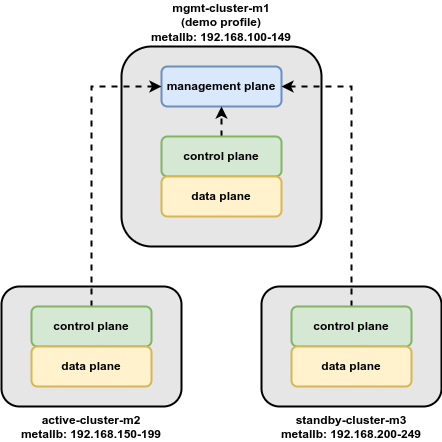
Before: imgs/POC-TSB-Clusters.drawio.png, a diagram exported from draw.io (tetratecx/tsb-single-vm). Source tidied: cells renumbered, new cells last; positions are measured from the earlier drawing's top-left corner, leaving out a move shared by most shapes. Source of this version:
```xml
<mxGraphModel>
  <root>
    <mxCell id="0" />
    <mxCell id="1" parent="0" />
    <mxCell id="2" value="mgmt-cluster-m1&lt;br&gt;(demo profile)&lt;br&gt;metallb: 192.168.100-149" style="rounded=1;whiteSpace=wrap;html=1;fillColor=#E6E6E6;labelPosition=center;verticalLabelPosition=top;align=center;verticalAlign=bottom;fontStyle=1;strokeWidth=2;" parent="1" vertex="1">
      <mxGeometry x="120" width="200" height="200" as="geometry" />
    </mxCell>
    <mxCell id="3" value="active-cluster-m2&lt;br&gt;metallb: 192.168.150-199" style="rounded=1;whiteSpace=wrap;html=1;fillColor=#E6E6E6;labelPosition=center;verticalLabelPosition=bottom;align=center;verticalAlign=top;fontStyle=1;strokeWidth=2;" parent="1" vertex="1">
      <mxGeometry y="240" width="180" height="120" as="geometry" />
    </mxCell>
    <mxCell id="4" value="management plane" style="rounded=1;whiteSpace=wrap;html=1;fillColor=#dae8fc;strokeColor=#6c8ebf;fontStyle=1;strokeWidth=2;" parent="1" vertex="1">
      <mxGeometry x="160" y="20" width="120" height="40" as="geometry" />
    </mxCell>
    <mxCell id="5" style="edgeStyle=orthogonalEdgeStyle;rounded=0;jettySize=auto;html=1;exitX=0.5;exitY=0;exitDx=0;exitDy=0;entryX=0.5;entryY=1;entryDx=0;entryDy=0;dashed=1;fontStyle=1;strokeWidth=2;" parent="1" edge="1" source="6" target="4">
      <mxGeometry relative="1" as="geometry" />
    </mxCell>
    <mxCell id="6" value="control plane" style="rounded=1;whiteSpace=wrap;html=1;fillColor=#d5e8d4;strokeColor=#82b366;fontStyle=1;strokeWidth=2;" parent="1" vertex="1">
      <mxGeometry x="160" y="90" width="120" height="40" as="geometry" />
    </mxCell>
    <mxCell id="7" value="data plane" style="rounded=1;whiteSpace=wrap;html=1;fillColor=#fff2cc;strokeColor=#d6b656;fontStyle=1;strokeWidth=2;" parent="1" vertex="1">
      <mxGeometry x="160" y="130" width="120" height="40" as="geometry" />
    </mxCell>
    <mxCell id="8" style="edgeStyle=orthogonalEdgeStyle;rounded=0;jettySize=auto;html=1;exitX=0.5;exitY=0;exitDx=0;exitDy=0;entryX=0;entryY=0.5;entryDx=0;entryDy=0;dashed=1;fontStyle=1;strokeWidth=2;" parent="1" edge="1" source="9" target="4">
      <mxGeometry relative="1" as="geometry" />
    </mxCell>
    <mxCell id="9" value="control plane" style="rounded=1;whiteSpace=wrap;html=1;fillColor=#d5e8d4;strokeColor=#82b366;fontStyle=1;strokeWidth=2;" parent="1" vertex="1">
      <mxGeometry x="30" y="260" width="120" height="40" as="geometry" />
    </mxCell>
    <mxCell id="10" value="data plane" style="rounded=1;whiteSpace=wrap;html=1;fillColor=#fff2cc;strokeColor=#d6b656;fontStyle=1;strokeWidth=2;" parent="1" vertex="1">
      <mxGeometry x="30" y="300" width="120" height="40" as="geometry" />
    </mxCell>
    <mxCell id="11" value="standby-cluster-m3&lt;br&gt;metallb: 192.168.200-249" style="rounded=1;whiteSpace=wrap;html=1;fillColor=#E6E6E6;labelPosition=center;verticalLabelPosition=bottom;align=center;verticalAlign=top;fontStyle=1;strokeWidth=2;" parent="1" vertex="1">
      <mxGeometry x="260" y="240" width="180" height="120" as="geometry" />
    </mxCell>
    <mxCell id="12" style="edgeStyle=orthogonalEdgeStyle;rounded=0;jettySize=auto;html=1;exitX=0.5;exitY=0;exitDx=0;exitDy=0;entryX=1;entryY=0.5;entryDx=0;entryDy=0;dashed=1;fontStyle=1;strokeWidth=2;" parent="1" edge="1" source="13" target="4">
      <mxGeometry relative="1" as="geometry" />
    </mxCell>
    <mxCell id="13" value="control plane" style="rounded=1;whiteSpace=wrap;html=1;fillColor=#d5e8d4;strokeColor=#82b366;fontStyle=1;strokeWidth=2;" parent="1" vertex="1">
      <mxGeometry x="290" y="260" width="120" height="40" as="geometry" />
    </mxCell>
    <mxCell id="14" value="data plane" style="rounded=1;whiteSpace=wrap;html=1;fillColor=#fff2cc;strokeColor=#d6b656;fontStyle=1;strokeWidth=2;" parent="1" vertex="1">
      <mxGeometry x="290" y="300" width="120" height="40" as="geometry" />
    </mxCell>
  </root>
</mxGraphModel>
```
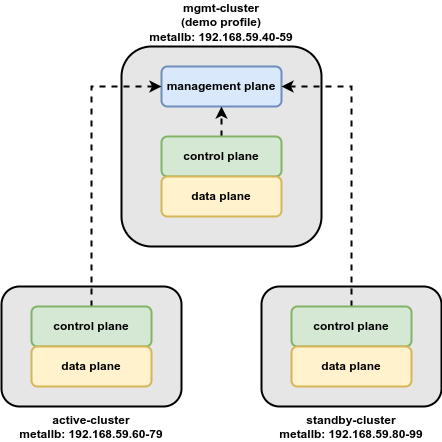
Above is the later version.

Diff of the diagram source:
```diff
@@ -2,10 +2,10 @@
   <root>
     <mxCell id="0" />
     <mxCell id="1" parent="0" />
-    <mxCell id="2" value="mgmt-cluster-m1&lt;br&gt;(demo profile)&lt;br&gt;metallb: 192.168.100-149" style="rounded=1;whiteSpace=wrap;html=1;fillColor=#E6E6E6;labelPosition=center;verticalLabelPosition=top;align=center;verticalAlign=bottom;fontStyle=1;strokeWidth=2;" parent="1" vertex="1">
+    <mxCell id="2" value="mgmt-cluster&lt;br&gt;(demo profile)&lt;br&gt;metallb: 192.168.59.40-59" style="rounded=1;whiteSpace=wrap;html=1;fillColor=#E6E6E6;labelPosition=center;verticalLabelPosition=top;align=center;verticalAlign=bottom;fontStyle=1;strokeWidth=2;" parent="1" vertex="1">
       <mxGeometry x="120" width="200" height="200" as="geometry" />
     </mxCell>
-    <mxCell id="3" value="active-cluster-m2&lt;br&gt;metallb: 192.168.150-199" style="rounded=1;whiteSpace=wrap;html=1;fillColor=#E6E6E6;labelPosition=center;verticalLabelPosition=bottom;align=center;verticalAlign=top;fontStyle=1;strokeWidth=2;" parent="1" vertex="1">
+    <mxCell id="3" value="active-cluster&lt;br&gt;metallb: 192.168.59.60-79" style="rounded=1;whiteSpace=wrap;html=1;fillColor=#E6E6E6;labelPosition=center;verticalLabelPosition=bottom;align=center;verticalAlign=top;fontStyle=1;strokeWidth=2;" parent="1" vertex="1">
       <mxGeometry y="240" width="180" height="120" as="geometry" />
     </mxCell>
     <mxCell id="4" value="management plane" style="rounded=1;whiteSpace=wrap;html=1;fillColor=#dae8fc;strokeColor=#6c8ebf;fontStyle=1;strokeWidth=2;" parent="1" vertex="1">
@@ -29,7 +29,7 @@
     <mxCell id="10" value="data plane" style="rounded=1;whiteSpace=wrap;html=1;fillColor=#fff2cc;strokeColor=#d6b656;fontStyle=1;strokeWidth=2;" parent="1" vertex="1">
       <mxGeometry x="30" y="300" width="120" height="40" as="geometry" />
     </mxCell>
-    <mxCell id="11" value="standby-cluster-m3&lt;br&gt;metallb: 192.168.200-249" style="rounded=1;whiteSpace=wrap;html=1;fillColor=#E6E6E6;labelPosition=center;verticalLabelPosition=bottom;align=center;verticalAlign=top;fontStyle=1;strokeWidth=2;" parent="1" vertex="1">
+    <mxCell id="11" value="standby-cluster&lt;br&gt;metallb: 192.168.59.80-99" style="rounded=1;whiteSpace=wrap;html=1;fillColor=#E6E6E6;labelPosition=center;verticalLabelPosition=bottom;align=center;verticalAlign=top;fontStyle=1;strokeWidth=2;" parent="1" vertex="1">
       <mxGeometry x="260" y="240" width="180" height="120" as="geometry" />
     </mxCell>
     <mxCell id="12" style="edgeStyle=orthogonalEdgeStyle;rounded=0;jettySize=auto;html=1;exitX=0.5;exitY=0;exitDx=0;exitDy=0;entryX=1;entryY=0.5;entryDx=0;entryDy=0;dashed=1;fontStyle=1;strokeWidth=2;" parent="1" edge="1" source="13" target="4">
```
